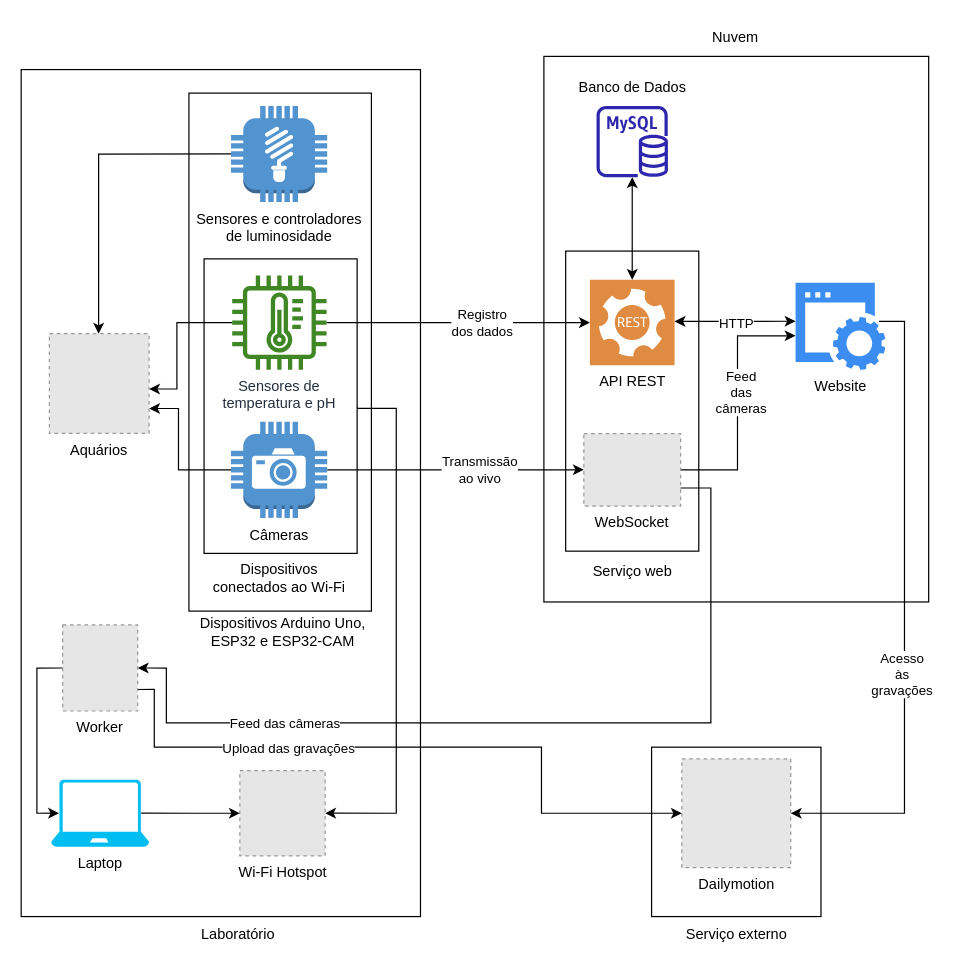
The draw.io diagram page "Português" (2 of 2) of aquadynamics.drawio in ojpbarbosa/aquadynamics, before the edit. Source tidied: cells renumbered, new cells numbered last; positions are measured from the earlier drawing's top-left corner, leaving out a move shared by most shapes. Both pictures are drawn from the tidied source at 121%, with x=0, y=0 at pixel (21, 19). Pictures stored in the file or linked from it are replaced by grey dashed boxes.
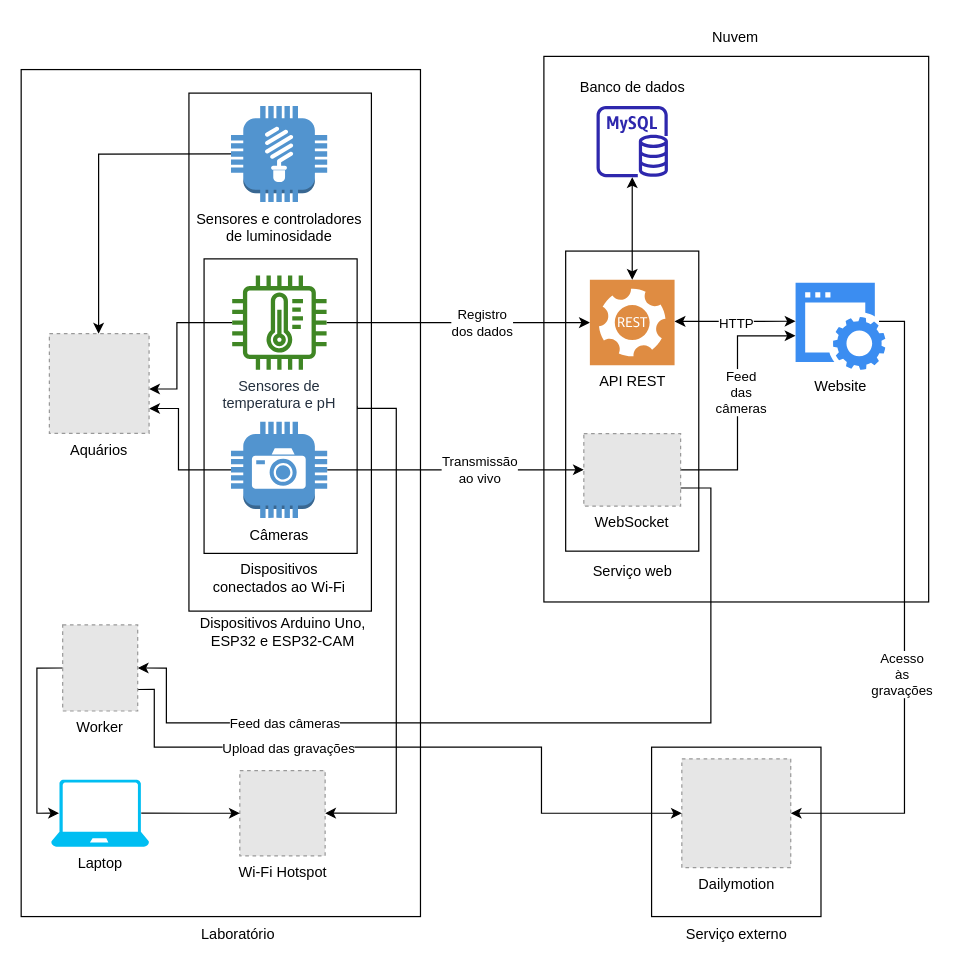
After the change.

Diff of the diagram source:
```diff
@@
-    <mxCell id="40" value="Banco de Dados" style="text;html=1;align=center;verticalAlign=middle;strokeColor=none;fillColor=none;" parent="1" vertex="1">
+    <mxCell id="40" value="Banco de dados" style="text;html=1;align=center;verticalAlign=middle;strokeColor=none;fillColor=none;" parent="1" vertex="1">
       <mxGeometry x="450" y="41" width="110" height="30" as="geometry" />
     </mxCell>
```
